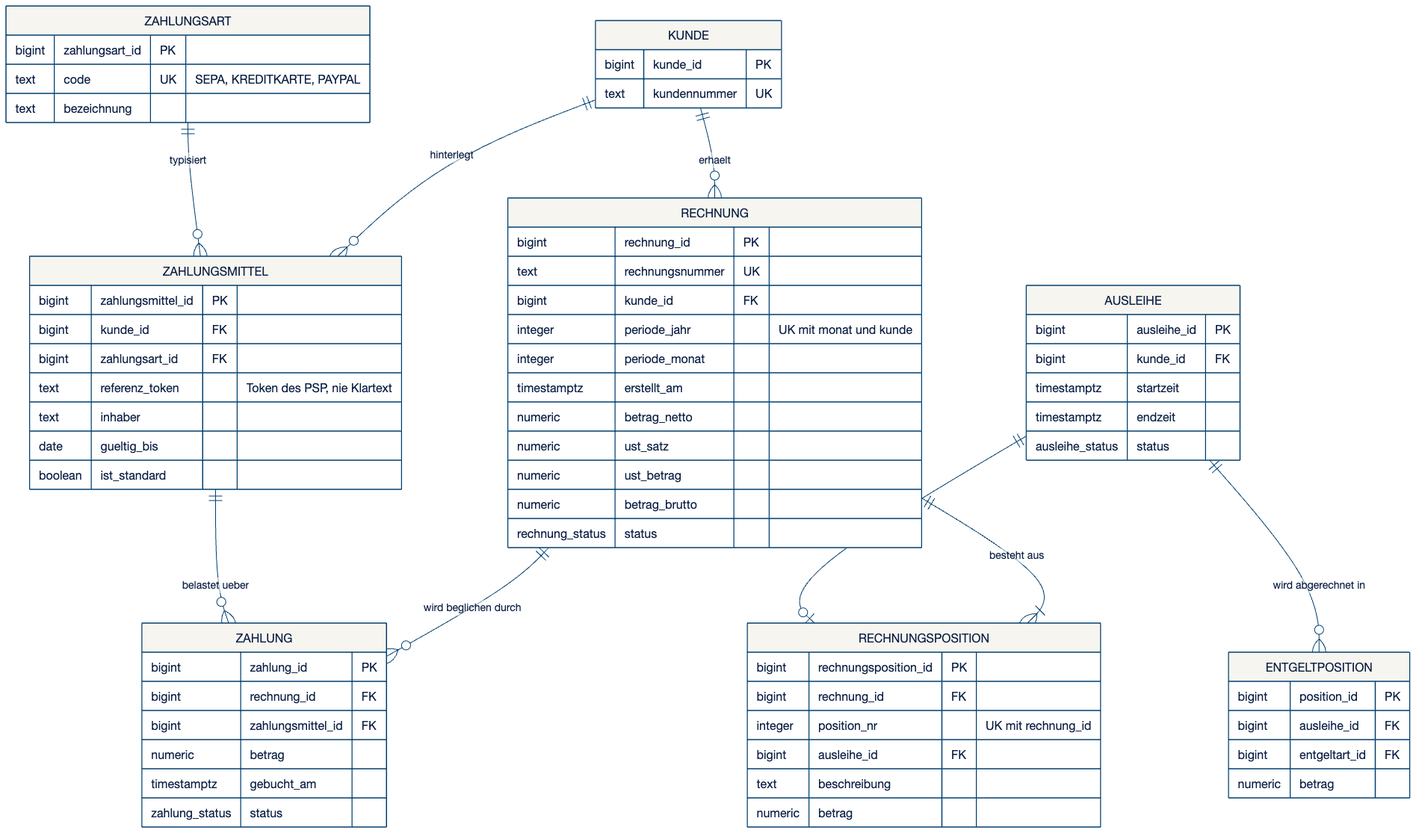
The Mermaid diagram slides/assets/erd-abrechnung.png in swrobuts/velocity-fallstudie, before a commit. Its source is kept beside it as doku/datenmodell/erd/erd-abrechnung.mmd. Source of this version:
```mermaid
erDiagram
    KUNDE ||--o{ ZAHLUNGSMITTEL : "hinterlegt"
    ZAHLUNGSART ||--o{ ZAHLUNGSMITTEL : "typisiert"
    KUNDE ||--o{ RECHNUNG : "erhaelt"
    RECHNUNG ||--|{ RECHNUNGSPOSITION : "besteht aus"
    AUSLEIHE ||--o| RECHNUNGSPOSITION : "wird fakturiert als"
    AUSLEIHE ||--o{ ENTGELTPOSITION : "wird abgerechnet in"
    RECHNUNG ||--o{ ZAHLUNG : "wird beglichen durch"
    ZAHLUNGSMITTEL ||--o{ ZAHLUNG : "belastet ueber"

    ZAHLUNGSART {
        bigint zahlungsart_id PK
        text code UK "SEPA, KREDITKARTE, PAYPAL"
        text bezeichnung
    }
    ZAHLUNGSMITTEL {
        bigint zahlungsmittel_id PK
        bigint kunde_id FK
        bigint zahlungsart_id FK
        text referenz_token "Token des PSP, nie Klartext"
        text inhaber
        date gueltig_bis
        boolean ist_standard
    }
    RECHNUNG {
        bigint rechnung_id PK
        text rechnungsnummer UK
        bigint kunde_id FK
        integer periode_jahr "UK mit monat und kunde"
        integer periode_monat
        timestamptz erstellt_am
        numeric betrag_netto
        numeric ust_satz
        numeric ust_betrag
        numeric betrag_brutto
        rechnung_status status
    }
    RECHNUNGSPOSITION {
        bigint rechnungsposition_id PK
        bigint rechnung_id FK
        integer position_nr "UK mit rechnung_id"
        bigint ausleihe_id FK
        text beschreibung
        numeric betrag
    }
    ZAHLUNG {
        bigint zahlung_id PK
        bigint rechnung_id FK
        bigint zahlungsmittel_id FK
        numeric betrag
        timestamptz gebucht_am
        zahlung_status status
    }
    AUSLEIHE {
        bigint ausleihe_id PK
        bigint kunde_id FK
        timestamptz startzeit
        timestamptz endzeit
        ausleihe_status status
    }
    ENTGELTPOSITION {
        bigint position_id PK
        bigint ausleihe_id FK
        bigint entgeltart_id FK
        numeric betrag
    }
    KUNDE {
        bigint kunde_id PK
        text kundennummer UK
    }
```
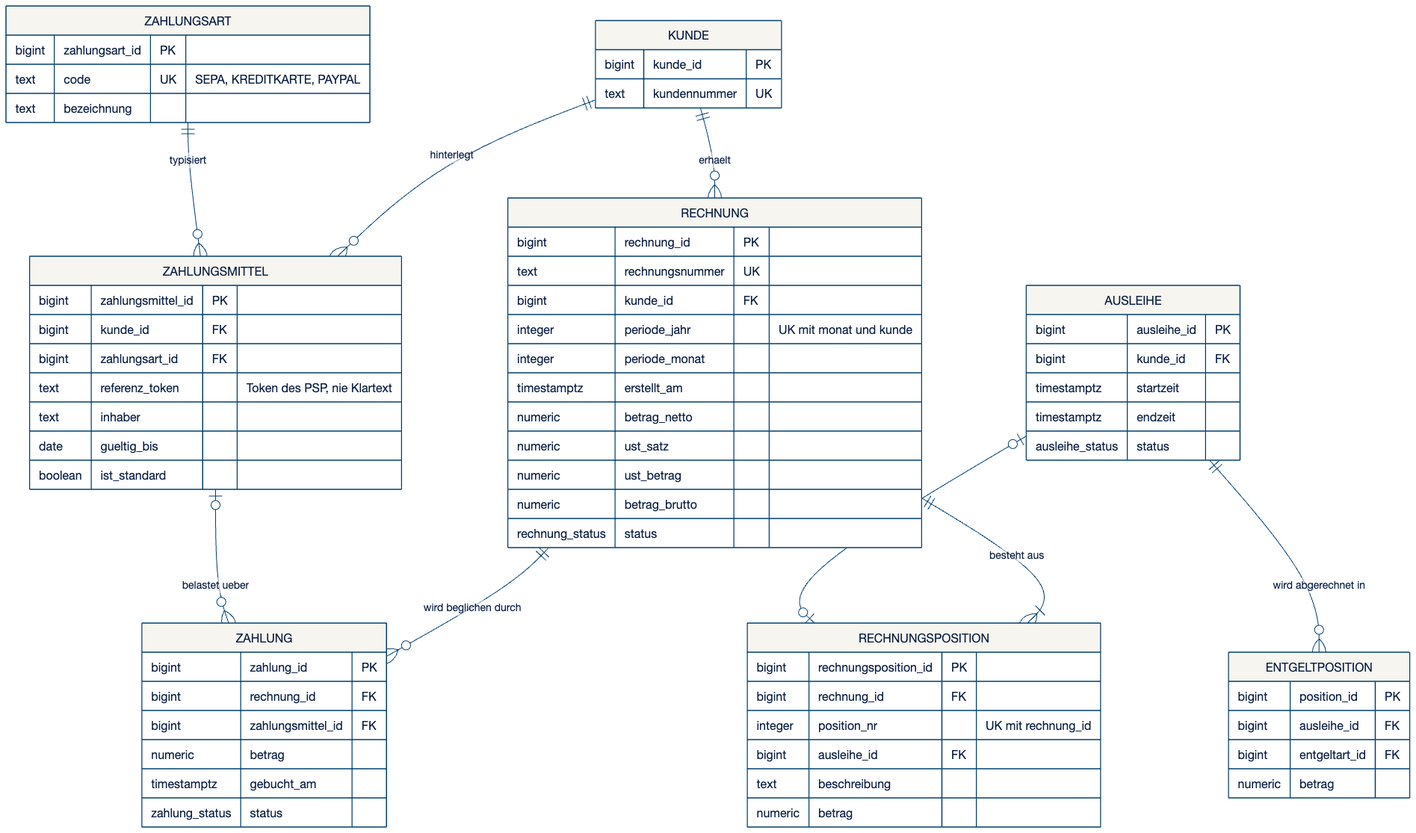
The same diagram one commit later.

Change to the diagram source:
```diff
@@ -3,10 +3,10 @@
     ZAHLUNGSART ||--o{ ZAHLUNGSMITTEL : "typisiert"
     KUNDE ||--o{ RECHNUNG : "erhaelt"
     RECHNUNG ||--|{ RECHNUNGSPOSITION : "besteht aus"
-    AUSLEIHE ||--o| RECHNUNGSPOSITION : "wird fakturiert als"
+    AUSLEIHE |o--o| RECHNUNGSPOSITION : "wird fakturiert als"
     AUSLEIHE ||--o{ ENTGELTPOSITION : "wird abgerechnet in"
     RECHNUNG ||--o{ ZAHLUNG : "wird beglichen durch"
-    ZAHLUNGSMITTEL ||--o{ ZAHLUNG : "belastet ueber"
+    ZAHLUNGSMITTEL |o--o{ ZAHLUNG : "belastet ueber"
 
     ZAHLUNGSART {
         bigint zahlungsart_id PK
```
